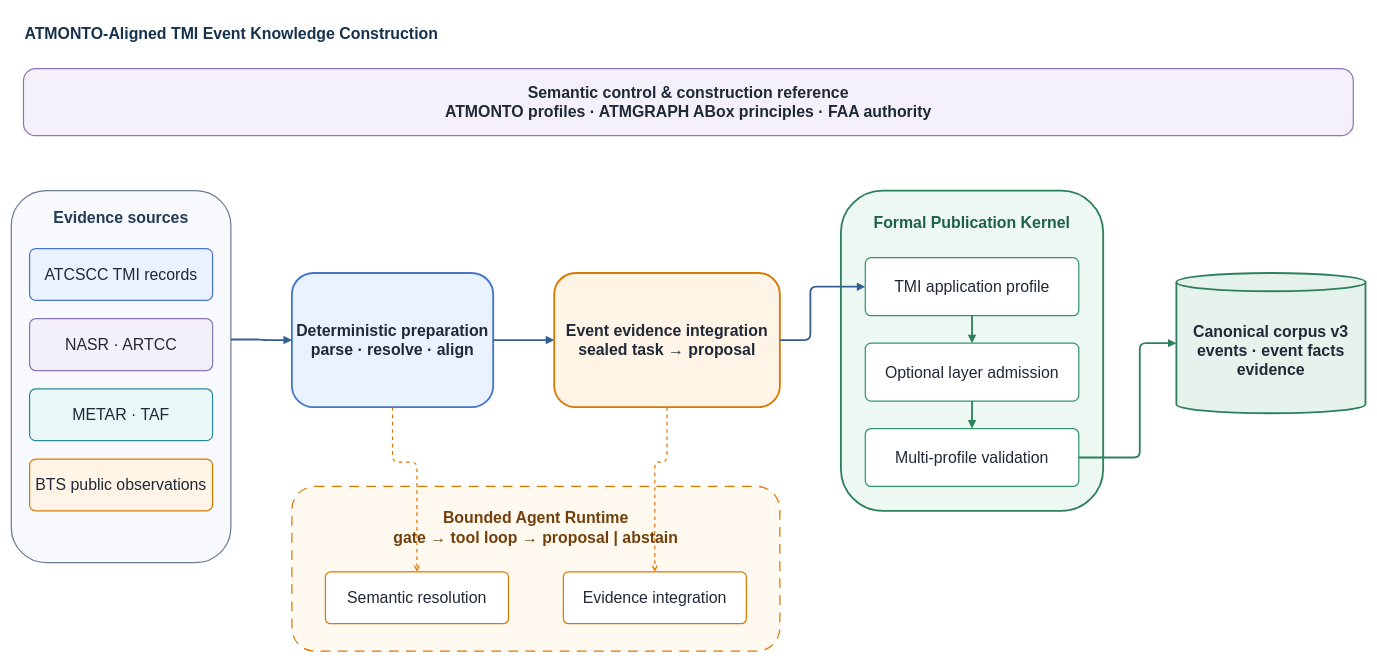
This is docs/figures/tmi_event_construction_architecture.drawio from exordor/aviation_agentic_ai, a draw.io file, before an edit. Source tidied: cells renumbered, new cells numbered last; positions are measured from the earlier drawing's top-left corner, leaving out a move shared by most shapes. Both pictures are drawn from the tidied source at 61%, with x=0, y=0 at pixel (11, 10).
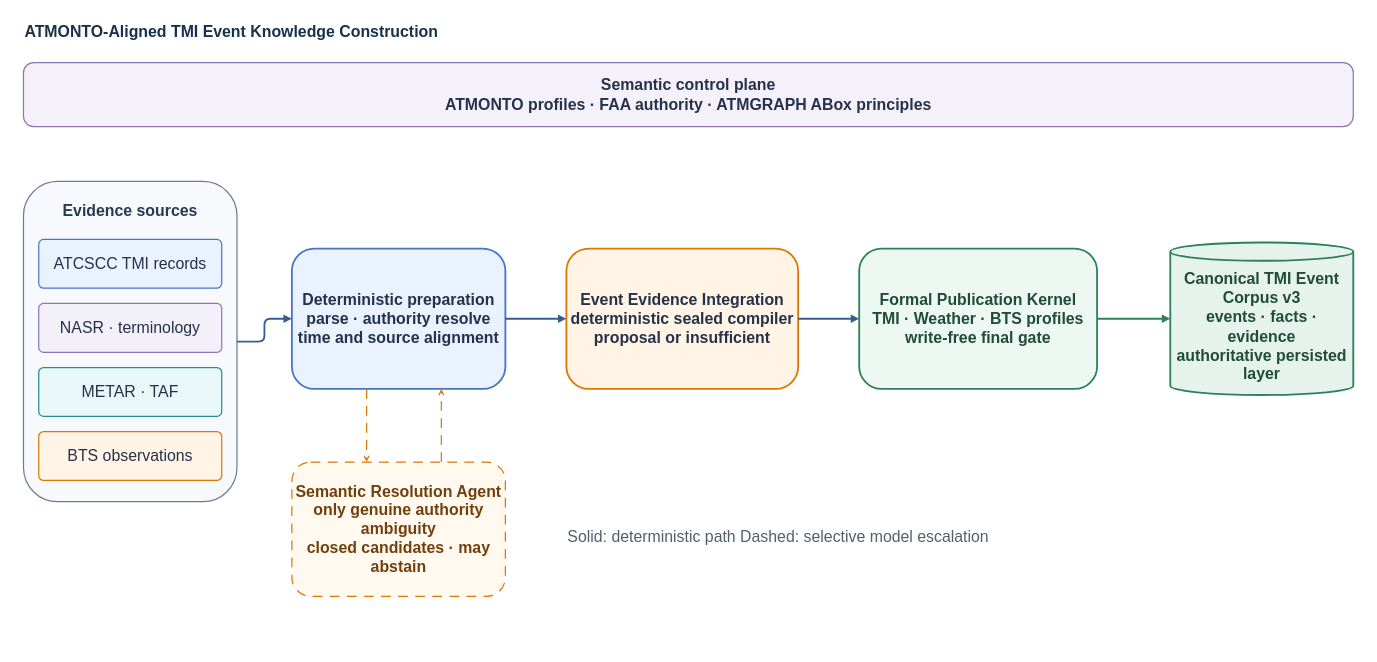
The same page after the edit.

The edit, as a diff of the source:
```diff
@@
-    <mxCell id="2" style="text;strokeColor=none;fillColor=none;align=center;verticalAlign=middle;whiteSpace=wrap;html=1;fontSize=22;fontStyle=1;fontColor=#111827;" parent="1" vertex="1">
-      <mxGeometry width="1" height="1" as="geometry" />
-    </mxCell>
-    <mxCell id="3" value="ATMONTO-Aligned TMI Event Knowledge Construction" style="text;strokeColor=none;fillColor=none;align=center;verticalAlign=middle;whiteSpace=wrap;html=1;fontColor=#17324D;fontSize=26;fontStyle=1;align=left;verticalAlign=middle;whiteSpace=wrap;html=1;" parent="1" vertex="1">
-      <mxGeometry x="20" y="10" width="2180" height="55" as="geometry" />
+    <mxCell id="3" value="ATMONTO-Aligned TMI Event Knowledge Construction" style="text;strokeColor=none;fillColor=none;align=left;verticalAlign=middle;whiteSpace=wrap;html=1;fontColor=#17324D;fontSize=26;fontStyle=1;" parent="1" vertex="1">
+      <mxGeometry x="20" y="5" width="2180" height="60" as="geometry" />
     </mxCell>
-    <mxCell id="4" value="Semantic control &amp; construction reference&#10;ATMONTO profiles · ATMGRAPH ABox principles · FAA authority" style="rounded=1;whiteSpace=wrap;html=1;fillColor=#F5F1FB;strokeColor=#8B76B8;fontColor=#1f2937;fontSize=26;fontStyle=1;strokeWidth=2;arcSize=18;whiteSpace=wrap;html=1;align=center;verticalAlign=middle;" parent="1" vertex="1">
-      <mxGeometry x="20" y="95" width="2180" height="110" as="geometry" />
-    </mxCell>
+    <mxCell id="31" value="Semantic control plane&#10;ATMONTO profiles · FAA authority · ATMGRAPH ABox principles" style="rounded=1;whiteSpace=wrap;html=1;fillColor=#F5F1FB;strokeColor=#8B76B8;fontColor=#25324A;fontSize=26;fontStyle=1;strokeWidth=2;arcSize=16;align=center;verticalAlign=middle;" parent="1" vertex="1">
+      <mxGeometry x="20" y="85" width="2180" height="105" as="geometry" />
+    </mxCell>
-    <mxCell id="5" style="rounded=1;whiteSpace=wrap;html=1;fillColor=#F7F9FC;strokeColor=#6B7C93;fontColor=#1f2937;strokeWidth=2;arcSize=16;" parent="1" vertex="1">
-      <mxGeometry y="295" width="360" height="610" as="geometry" />
+    <mxCell id="5" style="rounded=1;whiteSpace=wrap;html=1;fillColor=#F7F9FC;strokeColor=#6B7C93;strokeWidth=2;arcSize=16;" parent="1" vertex="1">
+      <mxGeometry x="20" y="280" width="350" height="525" as="geometry" />
     </mxCell>
-    <mxCell id="6" value="Evidence sources" style="text;strokeColor=none;fillColor=none;align=center;verticalAlign=middle;whiteSpace=wrap;html=1;fontColor=#253B53;fontSize=26;fontStyle=1;align=center;verticalAlign=middle;whiteSpace=wrap;html=1;" parent="1" vertex="1">
-      <mxGeometry x="30" y="315" width="300" height="50" as="geometry" />
+    <mxCell id="6" value="Evidence sources" style="text;strokeColor=none;fillColor=none;align=center;verticalAlign=middle;whiteSpace=wrap;html=1;fontColor=#253B53;fontSize=26;fontStyle=1;" parent="1" vertex="1">
+      <mxGeometry x="45" y="300" width="300" height="55" as="geometry" />
     </mxCell>
-    <mxCell id="7" value="ATCSCC TMI records" style="rounded=1;whiteSpace=wrap;html=1;fillColor=#EAF2FF;strokeColor=#4776C6;fontColor=#1f2937;fontSize=26;strokeWidth=2;arcSize=12;whiteSpace=wrap;html=1;" parent="1" vertex="1">
-      <mxGeometry x="30" y="390" width="300" height="85" as="geometry" />
+    <mxCell id="7" value="ATCSCC TMI records" style="rounded=1;whiteSpace=wrap;html=1;fillColor=#EAF2FF;strokeColor=#4776C6;fontColor=#25324A;fontSize=26;strokeWidth=2;arcSize=10;align=center;verticalAlign=middle;" parent="1" vertex="1">
+      <mxGeometry x="45" y="375" width="300" height="80" as="geometry" />
     </mxCell>
-    <mxCell id="8" value="NASR · ARTCC" style="rounded=1;whiteSpace=wrap;html=1;fillColor=#F3F0FA;strokeColor=#8B76B8;fontColor=#1f2937;fontSize=26;strokeWidth=2;arcSize=12;whiteSpace=wrap;html=1;" parent="1" vertex="1">
-      <mxGeometry x="30" y="505" width="300" height="85" as="geometry" />
-    </mxCell>
+    <mxCell id="32" value="NASR · terminology" style="rounded=1;whiteSpace=wrap;html=1;fillColor=#F3F0FA;strokeColor=#8B76B8;fontColor=#25324A;fontSize=26;strokeWidth=2;arcSize=10;align=center;verticalAlign=middle;" parent="1" vertex="1">
+      <mxGeometry x="45" y="480" width="300" height="80" as="geometry" />
+    </mxCell>
-    <mxCell id="9" value="METAR · TAF" style="rounded=1;whiteSpace=wrap;html=1;fillColor=#EAF7F8;strokeColor=#278A96;fontColor=#1f2937;fontSize=26;strokeWidth=2;arcSize=12;whiteSpace=wrap;html=1;" parent="1" vertex="1">
-      <mxGeometry x="30" y="620" width="300" height="85" as="geometry" />
+    <mxCell id="9" value="METAR · TAF" style="rounded=1;whiteSpace=wrap;html=1;fillColor=#EAF7F8;strokeColor=#278A96;fontColor=#25324A;fontSize=26;strokeWidth=2;arcSize=10;align=center;verticalAlign=middle;" parent="1" vertex="1">
+      <mxGeometry x="45" y="585" width="300" height="80" as="geometry" />
     </mxCell>
-    <mxCell id="10" value="BTS public observations" style="rounded=1;whiteSpace=wrap;html=1;fillColor=#FFF4E5;strokeColor=#D97904;fontColor=#1f2937;fontSize=26;strokeWidth=2;arcSize=12;whiteSpace=wrap;html=1;" parent="1" vertex="1">
-      <mxGeometry x="30" y="735" width="300" height="85" as="geometry" />
-    </mxCell>
+    <mxCell id="33" value="BTS observations" style="rounded=1;whiteSpace=wrap;html=1;fillColor=#FFF4E5;strokeColor=#D97904;fontColor=#25324A;fontSize=26;strokeWidth=2;arcSize=10;align=center;verticalAlign=middle;" parent="1" vertex="1">
+      <mxGeometry x="45" y="690" width="300" height="80" as="geometry" />
+    </mxCell>
-    <mxCell id="11" value="Deterministic preparation&#10;parse · resolve · align" style="rounded=1;whiteSpace=wrap;html=1;fillColor=#EAF2FF;strokeColor=#4776C6;fontColor=#1f2937;fontSize=26;fontStyle=1;strokeWidth=3;arcSize=16;whiteSpace=wrap;html=1;align=center;verticalAlign=middle;" parent="1" vertex="1">
-      <mxGeometry x="460" y="430" width="330" height="220" as="geometry" />
+    <mxCell id="11" value="Deterministic preparation&#10;parse · authority resolve&#10;time and source alignment" style="rounded=1;whiteSpace=wrap;html=1;fillColor=#EAF2FF;strokeColor=#4776C6;fontColor=#25324A;fontSize=26;fontStyle=1;strokeWidth=3;arcSize=16;align=center;verticalAlign=middle;" parent="1" vertex="1">
+      <mxGeometry x="460" y="390" width="350" height="230" as="geometry" />
     </mxCell>
-    <mxCell id="12" value="Event evidence integration&#10;sealed task → proposal" style="rounded=1;whiteSpace=wrap;html=1;fillColor=#FFF4E5;strokeColor=#D97904;fontColor=#1f2937;fontSize=26;fontStyle=1;strokeWidth=3;arcSize=16;whiteSpace=wrap;html=1;align=center;verticalAlign=middle;" parent="1" vertex="1">
-      <mxGeometry x="890" y="430" width="370" height="220" as="geometry" />
+    <mxCell id="12" value="Event Evidence Integration&#10;deterministic sealed compiler&#10;proposal or insufficient" style="rounded=1;whiteSpace=wrap;html=1;fillColor=#FFF4E5;strokeColor=#D97904;fontColor=#25324A;fontSize=26;fontStyle=1;strokeWidth=3;arcSize=16;align=center;verticalAlign=middle;" parent="1" vertex="1">
+      <mxGeometry x="910" y="390" width="380" height="230" as="geometry" />
     </mxCell>
-    <mxCell id="13" style="rounded=1;whiteSpace=wrap;html=1;fillColor=#ECF8F1;strokeColor=#2E805D;fontColor=#1f2937;strokeWidth=3;arcSize=16;" parent="1" vertex="1">
-      <mxGeometry x="1360" y="295" width="430" height="525" as="geometry" />
+    <mxCell id="13" value="Formal Publication Kernel&#10;TMI · Weather · BTS profiles&#10;write-free final gate" style="rounded=1;whiteSpace=wrap;html=1;fillColor=#ECF8F1;strokeColor=#2E805D;fontColor=#214C3A;fontSize=26;fontStyle=1;strokeWidth=3;arcSize=16;align=center;verticalAlign=middle;" parent="1" vertex="1">
+      <mxGeometry x="1390" y="390" width="390" height="230" as="geometry" />
     </mxCell>
-    <mxCell id="14" value="Formal Publication Kernel" style="text;strokeColor=none;fillColor=none;align=center;verticalAlign=middle;whiteSpace=wrap;html=1;fontColor=#1F6048;fontSize=26;fontStyle=1;align=center;verticalAlign=middle;whiteSpace=wrap;html=1;" parent="1" vertex="1">
-      <mxGeometry x="1390" y="320" width="370" height="55" as="geometry" />
-    </mxCell>
-    <mxCell id="15" value="TMI application profile" style="rounded=1;whiteSpace=wrap;html=1;fillColor=#FFFFFF;strokeColor=#33966D;fontColor=#1f2937;fontSize=26;strokeWidth=2;arcSize=10;whiteSpace=wrap;html=1;" parent="1" vertex="1">
-      <mxGeometry x="1400" y="405" width="350" height="95" as="geometry" />
-    </mxCell>
-    <mxCell id="16" value="Optional layer admission" style="rounded=1;whiteSpace=wrap;html=1;fillColor=#FFFFFF;strokeColor=#33966D;fontColor=#1f2937;fontSize=26;strokeWidth=2;arcSize=10;whiteSpace=wrap;html=1;" parent="1" vertex="1">
-      <mxGeometry x="1400" y="545" width="350" height="95" as="geometry" />
-    </mxCell>
-    <mxCell id="17" value="Multi-profile validation" style="rounded=1;whiteSpace=wrap;html=1;fillColor=#FFFFFF;strokeColor=#33966D;fontColor=#1f2937;fontSize=26;strokeWidth=2;arcSize=10;whiteSpace=wrap;html=1;" parent="1" vertex="1">
-      <mxGeometry x="1400" y="685" width="350" height="95" as="geometry" />
-    </mxCell>
-    <mxCell id="18" value="Canonical corpus v3&#10;events · event facts&#10;evidence" style="shape=cylinder3;boundedLbl=1;backgroundOutline=1;whiteSpace=wrap;html=1;fillColor=#E5F3EC;strokeColor=#2E805D;fontColor=#1f2937;fontSize=26;fontStyle=1;strokeWidth=3;whiteSpace=wrap;html=1;align=center;verticalAlign=middle;" parent="1" vertex="1">
-      <mxGeometry x="1910" y="430" width="310" height="230" as="geometry" />
+    <mxCell id="18" value="Canonical TMI Event Corpus v3&#10;events · facts · evidence&#10;authoritative persisted layer" style="shape=cylinder3;boundedLbl=1;backgroundOutline=1;whiteSpace=wrap;html=1;fillColor=#E5F3EC;strokeColor=#2E805D;fontColor=#214C3A;fontSize=26;fontStyle=1;strokeWidth=3;align=center;verticalAlign=middle;" parent="1" vertex="1">
+      <mxGeometry x="1900" y="380" width="300" height="250" as="geometry" />
     </mxCell>
-    <mxCell id="19" style="rounded=1;whiteSpace=wrap;html=1;fillColor=#FFF9F0;strokeColor=#D97904;fontColor=#1f2937;strokeWidth=2;dashed=1;arcSize=14;dashPattern=8 6;" parent="1" vertex="1">
-      <mxGeometry x="460" y="780" width="800" height="270" as="geometry" />
-    </mxCell>
-    <mxCell id="20" value="Bounded Agent Runtime&#10;gate → tool loop → proposal | abstain" style="text;strokeColor=none;fillColor=none;align=center;verticalAlign=middle;whiteSpace=wrap;html=1;fontColor=#72400D;fontSize=26;fontStyle=1;align=center;verticalAlign=middle;whiteSpace=wrap;html=1;" parent="1" vertex="1">
-      <mxGeometry x="490" y="805" width="740" height="85" as="geometry" />
-    </mxCell>
-    <mxCell id="21" value="Semantic resolution" style="rounded=1;whiteSpace=wrap;html=1;fillColor=#FFFFFF;strokeColor=#D97904;fontColor=#1f2937;fontSize=26;strokeWidth=2;arcSize=10;whiteSpace=wrap;html=1;" parent="1" vertex="1">
-      <mxGeometry x="515" y="920" width="300" height="85" as="geometry" />
-    </mxCell>
-    <mxCell id="22" value="Evidence integration" style="rounded=1;whiteSpace=wrap;html=1;fillColor=#FFFFFF;strokeColor=#D97904;fontColor=#1f2937;fontSize=26;strokeWidth=2;arcSize=10;whiteSpace=wrap;html=1;" parent="1" vertex="1">
-      <mxGeometry x="905" y="920" width="300" height="85" as="geometry" />
-    </mxCell>
+    <mxCell id="34" value="Semantic Resolution Agent&#10;only genuine authority ambiguity&#10;closed candidates · may abstain" style="rounded=1;whiteSpace=wrap;html=1;fillColor=#FFF9F0;strokeColor=#D97904;fontColor=#72400D;fontSize=26;fontStyle=1;strokeWidth=2;dashed=1;dashPattern=8 6;arcSize=14;align=center;verticalAlign=middle;" parent="1" vertex="1">
+      <mxGeometry x="460" y="740" width="350" height="220" as="geometry" />
+    </mxCell>
+    <mxCell id="35" value="Solid: deterministic path     Dashed: selective model escalation" style="text;strokeColor=none;fillColor=none;align=left;verticalAlign=middle;whiteSpace=wrap;html=1;fontColor=#51606F;fontSize=26;" parent="1" vertex="1">
+      <mxGeometry x="910" y="830" width="1100" height="65" as="geometry" />
+    </mxCell>
-    <mxCell id="23" style="edgeStyle=orthogonalEdgeStyle;rounded=1;jettySize=auto;html=1;endArrow=block;endFill=1;strokeColor=#355F91;strokeWidth=3;exitX=1;exitY=0.4;entryX=0;entryY=0.5;" parent="1" edge="1" source="5" target="11">
+    <mxCell id="23" style="edgeStyle=orthogonalEdgeStyle;rounded=1;jettySize=auto;html=1;endArrow=block;endFill=1;strokeColor=#355F91;strokeWidth=3;exitX=1;exitY=0.5;entryX=0;entryY=0.5;" parent="1" edge="1" source="5" target="11">
       <mxGeometry relative="1" as="geometry">
         <Array as="points">
-          <mxPoint x="410" y="539" />
-          <mxPoint x="410" y="540" />
+          <mxPoint x="415" y="542" />
         </Array>
       </mxGeometry>
     </mxCell>
     <mxCell id="24" style="edgeStyle=orthogonalEdgeStyle;rounded=1;jettySize=auto;html=1;endArrow=block;endFill=1;strokeColor=#355F91;strokeWidth=3;exitX=1;exitY=0.5;entryX=0;entryY=0.5;" parent="1" edge="1" source="11" target="12">
       <mxGeometry relative="1" as="geometry">
         <Array as="points">
-          <mxPoint x="840" y="540" />
+          <mxPoint x="860" y="505" />
         </Array>
       </mxGeometry>
     </mxCell>
-    <mxCell id="25" style="edgeStyle=orthogonalEdgeStyle;rounded=1;jettySize=auto;html=1;endArrow=block;endFill=1;strokeColor=#355F91;strokeWidth=3;exitX=1;exitY=0.5;entryX=0;entryY=0.5;" parent="1" edge="1" source="12" target="15">
-      <mxGeometry relative="1" as="geometry">
-        <Array as="points">
-          <mxPoint x="1310" y="540" />
-          <mxPoint x="1310" y="452" />
-        </Array>
-      </mxGeometry>
-    </mxCell>
-    <mxCell id="26" style="edgeStyle=orthogonalEdgeStyle;rounded=1;jettySize=auto;html=1;endArrow=block;endFill=1;strokeColor=#2E805D;strokeWidth=3;exitX=0.5;exitY=1;entryX=0.5;entryY=0;" parent="1" edge="1" source="15" target="16">
-      <mxGeometry relative="1" as="geometry">
-        <Array as="points">
-          <mxPoint x="1575" y="525" />
-        </Array>
-      </mxGeometry>
-    </mxCell>
-    <mxCell id="27" style="edgeStyle=orthogonalEdgeStyle;rounded=1;jettySize=auto;html=1;endArrow=block;endFill=1;strokeColor=#2E805D;strokeWidth=3;exitX=0.5;exitY=1;entryX=0.5;entryY=0;" parent="1" edge="1" source="16" target="17">
-      <mxGeometry relative="1" as="geometry">
-        <Array as="points">
-          <mxPoint x="1575" y="665" />
-        </Array>
-      </mxGeometry>
-    </mxCell>
-    <mxCell id="28" style="edgeStyle=orthogonalEdgeStyle;rounded=1;jettySize=auto;html=1;endArrow=block;endFill=1;strokeColor=#2E805D;strokeWidth=3;exitX=1;exitY=0.5;entryX=0;entryY=0.5;" parent="1" edge="1" source="17" target="18">
-      <mxGeometry relative="1" as="geometry">
-        <Array as="points">
-          <mxPoint x="1850" y="732" />
-          <mxPoint x="1850" y="545" />
-        </Array>
-      </mxGeometry>
-    </mxCell>
-    <mxCell id="29" style="edgeStyle=orthogonalEdgeStyle;rounded=1;jettySize=auto;html=1;endArrow=open;endFill=1;strokeColor=#D97904;strokeWidth=2;dashed=1;exitX=0.5;exitY=1;entryX=0.5;entryY=0;" parent="1" edge="1" source="11" target="21">
-      <mxGeometry relative="1" as="geometry">
-        <Array as="points">
-          <mxPoint x="625" y="740" />
-          <mxPoint x="665" y="740" />
-        </Array>
-      </mxGeometry>
-    </mxCell>
-    <mxCell id="30" style="edgeStyle=orthogonalEdgeStyle;rounded=1;jettySize=auto;html=1;endArrow=open;endFill=1;strokeColor=#D97904;strokeWidth=2;dashed=1;exitX=0.5;exitY=1;entryX=0.5;entryY=0;" parent="1" edge="1" source="12" target="22">
-      <mxGeometry relative="1" as="geometry">
-        <Array as="points">
-          <mxPoint x="1075" y="740" />
-          <mxPoint x="1055" y="740" />
-        </Array>
-      </mxGeometry>
-    </mxCell>
+    <mxCell id="36" style="edgeStyle=orthogonalEdgeStyle;rounded=1;jettySize=auto;html=1;endArrow=block;endFill=1;strokeColor=#355F91;strokeWidth=3;exitX=1;exitY=0.5;entryX=0;entryY=0.5;" parent="1" edge="1" source="12" target="13">
+      <mxGeometry relative="1" as="geometry">
+        <Array as="points">
+          <mxPoint x="1340" y="505" />
+        </Array>
+      </mxGeometry>
+    </mxCell>
+    <mxCell id="37" style="edgeStyle=orthogonalEdgeStyle;rounded=1;jettySize=auto;html=1;endArrow=block;endFill=1;strokeColor=#2E805D;strokeWidth=3;exitX=1;exitY=0.5;entryX=0;entryY=0.5;" parent="1" edge="1" source="13" target="18">
+      <mxGeometry relative="1" as="geometry">
+        <Array as="points">
+          <mxPoint x="1840" y="505" />
+        </Array>
+      </mxGeometry>
+    </mxCell>
+    <mxCell id="38" style="edgeStyle=orthogonalEdgeStyle;rounded=1;jettySize=auto;html=1;endArrow=open;endFill=0;strokeColor=#D97904;strokeWidth=2;dashed=1;dashPattern=8 6;exitX=0.35;exitY=1;entryX=0.35;entryY=0;" parent="1" edge="1" source="11" target="34">
+      <mxGeometry relative="1" as="geometry">
+        <Array as="points">
+          <mxPoint x="582" y="680" />
+        </Array>
+      </mxGeometry>
+    </mxCell>
+    <mxCell id="39" style="edgeStyle=orthogonalEdgeStyle;rounded=1;jettySize=auto;html=1;endArrow=open;endFill=0;strokeColor=#D97904;strokeWidth=2;dashed=1;dashPattern=8 6;exitX=0.70;exitY=0;entryX=0.70;entryY=1;" parent="1" edge="1" source="34" target="11">
+      <mxGeometry relative="1" as="geometry">
+        <Array as="points">
+          <mxPoint x="705" y="680" />
+        </Array>
+      </mxGeometry>
+    </mxCell>
```
